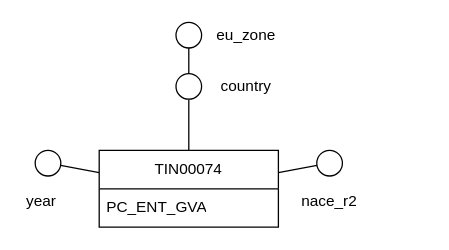
Earlier version of the draw.io diagram page "tin00074" (4 of 5) of figures/dfm.drawio (amanfucci/sistemi-informativi). Source tidied: cells renumbered, new cells numbered last; positions are measured from the earlier drawing's top-left corner, leaving out a move shared by most shapes. Both pictures are drawn from the tidied source at 128%, with x=0, y=0 at pixel (22, 22).
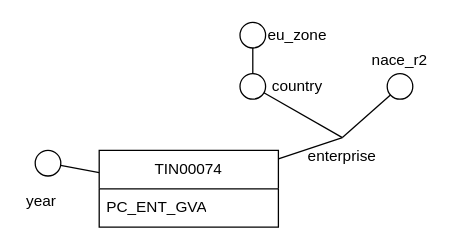
After the change.

The edit, as a diff of the source:
```diff
@@
 <mxGraphModel>
   <root>
     <mxCell id="0" />
     <mxCell id="1" parent="0" />
-    <mxCell id="2" style="edgeStyle=orthogonalEdgeStyle;rounded=0;jettySize=auto;html=1;endArrow=none;endFill=0;" parent="1" edge="1" source="4" target="8">
-      <mxGeometry relative="1" as="geometry" />
-    </mxCell>
     <mxCell id="3" style="rounded=0;jettySize=auto;html=1;endArrow=none;endFill=0;" parent="1" edge="1" source="4" target="6">
       <mxGeometry relative="1" as="geometry" />
     </mxCell>
     <mxCell id="4" value="TIN00074" style="swimlane;fontStyle=0;horizontal=1;startSize=30;whiteSpace=wrap;html=1;" parent="1" vertex="1">
       <mxGeometry x="60" y="100" width="140" height="60" as="geometry" />
     </mxCell>
     <mxCell id="5" value="PC_ENT_GVA" style="text;strokeColor=none;fillColor=none;align=left;verticalAlign=middle;spacingLeft=4;spacingRight=4;overflow=hidden;whiteSpace=wrap;html=1;" parent="4" vertex="1">
       <mxGeometry y="30" width="140" height="30" as="geometry" />
     </mxCell>
     <mxCell id="6" style="ellipse;whiteSpace=wrap;html=1;" parent="1" vertex="1">
       <mxGeometry x="10" y="100" width="20" height="20" as="geometry" />
     </mxCell>
-    <mxCell id="7" style="ellipse;whiteSpace=wrap;html=1;" parent="1" vertex="1">
-      <mxGeometry x="230" y="100" width="20" height="20" as="geometry" />
-    </mxCell>
-    <mxCell id="8" style="ellipse;whiteSpace=wrap;html=1;" parent="1" vertex="1">
-      <mxGeometry x="120" y="40" width="20" height="20" as="geometry" />
-    </mxCell>
     <mxCell id="9" value="year" style="text;html=1;whiteSpace=wrap;strokeColor=none;fillColor=none;align=center;verticalAlign=middle;rounded=0;" parent="1" vertex="1">
       <mxGeometry y="130" width="30" height="20" as="geometry" />
     </mxCell>
-    <mxCell id="10" style="endArrow=none;html=1;rounded=0;" parent="1" edge="1" source="4" target="7">
-      <mxGeometry relative="1" as="geometry" />
-    </mxCell>
+    <mxCell id="16" style="ellipse;whiteSpace=wrap;html=1;" parent="1" vertex="1">
+      <mxGeometry x="170" y="40" width="20" height="20" as="geometry" />
+    </mxCell>
+    <mxCell id="12" value="country" style="text;html=1;whiteSpace=wrap;strokeColor=none;fillColor=none;align=center;verticalAlign=middle;rounded=0;" parent="1" vertex="1">
+      <mxGeometry x="200" y="40" width="30" height="20" as="geometry" />
+    </mxCell>
+    <mxCell id="17" style="ellipse;whiteSpace=wrap;html=1;" parent="1" vertex="1">
+      <mxGeometry x="285" y="40" width="20" height="20" as="geometry" />
+    </mxCell>
+    <mxCell id="18" style="endArrow=none;html=1;rounded=0;exitX=0.5;exitY=0;exitDx=0;exitDy=0;" parent="1" edge="1" source="23" target="17">
+      <mxGeometry relative="1" as="geometry" />
+    </mxCell>
     <mxCell id="11" value="nace_r2" style="text;html=1;whiteSpace=wrap;strokeColor=none;fillColor=none;align=center;verticalAlign=middle;rounded=0;" parent="1" vertex="1">
-      <mxGeometry x="225" y="130" width="30" height="20" as="geometry" />
+      <mxGeometry x="280" y="20" width="30" height="20" as="geometry" />
     </mxCell>
-    <mxCell id="12" value="country" style="text;html=1;whiteSpace=wrap;strokeColor=none;fillColor=none;align=center;verticalAlign=middle;rounded=0;" parent="1" vertex="1">
-      <mxGeometry x="160" y="40" width="30" height="20" as="geometry" />
-    </mxCell>
-    <mxCell id="13" style="ellipse;whiteSpace=wrap;html=1;" parent="1" vertex="1">
-      <mxGeometry x="120" width="20" height="20" as="geometry" />
-    </mxCell>
+    <mxCell id="19" style="ellipse;whiteSpace=wrap;html=1;" parent="1" vertex="1">
+      <mxGeometry x="170" width="20" height="20" as="geometry" />
+    </mxCell>
     <mxCell id="14" value="eu_zone" style="text;html=1;whiteSpace=wrap;strokeColor=none;fillColor=none;align=center;verticalAlign=middle;rounded=0;" parent="1" vertex="1">
-      <mxGeometry x="160" width="30" height="20" as="geometry" />
+      <mxGeometry x="200" width="30" height="20" as="geometry" />
     </mxCell>
-    <mxCell id="15" style="endArrow=none;html=1;rounded=0;" parent="1" edge="1" source="8" target="13">
-      <mxGeometry relative="1" as="geometry" />
-    </mxCell>
+    <mxCell id="20" style="endArrow=none;html=1;rounded=0;" parent="1" edge="1" source="16" target="19">
+      <mxGeometry relative="1" as="geometry" />
+    </mxCell>
+    <mxCell id="21" style="endArrow=none;html=1;rounded=0;exitX=0.5;exitY=0;exitDx=0;exitDy=0;" parent="1" edge="1" source="23" target="16">
+      <mxGeometry relative="1" as="geometry" />
+    </mxCell>
+    <mxCell id="22" style="rounded=0;jettySize=auto;html=1;exitX=0.5;exitY=0;exitDx=0;exitDy=0;endArrow=none;endFill=0;" parent="1" edge="1" source="23" target="4">
+      <mxGeometry relative="1" as="geometry" />
+    </mxCell>
+    <mxCell id="23" value="enterprise" style="text;html=1;whiteSpace=wrap;strokeColor=none;fillColor=none;align=center;verticalAlign=middle;rounded=0;" parent="1" vertex="1">
+      <mxGeometry x="220" y="90" width="60" height="30" as="geometry" />
+    </mxCell>
   </root>
 </mxGraphModel>
```
